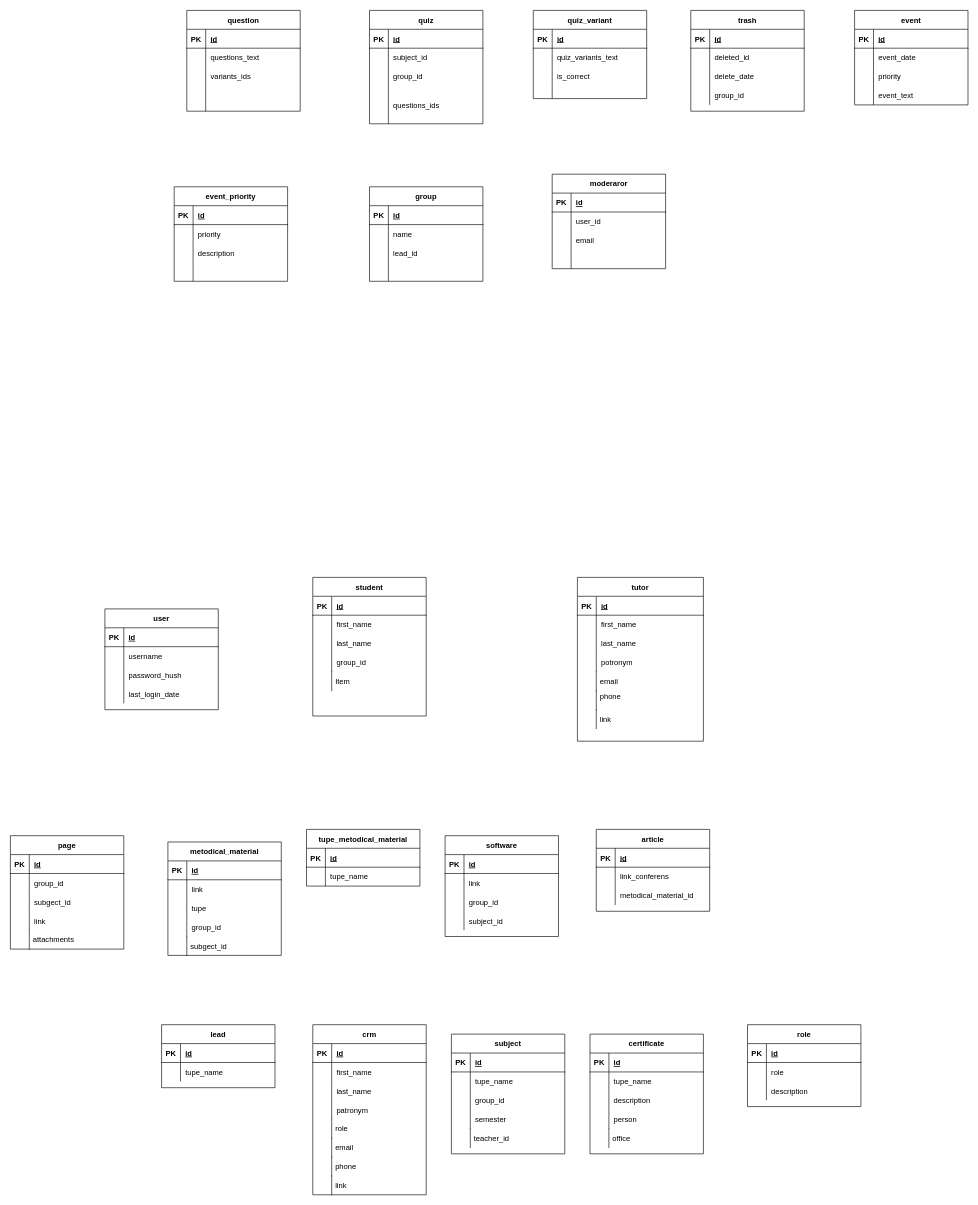
Before: Untitled Diagram.drawio in student-archive/backend, a draw.io diagram. Source tidied: cells renumbered, new cells numbered last; positions are measured from the earlier drawing's top-left corner, leaving out a move shared by most shapes. Both pictures are drawn from the tidied source at 63%, with x=0, y=0 at pixel (10, 10).
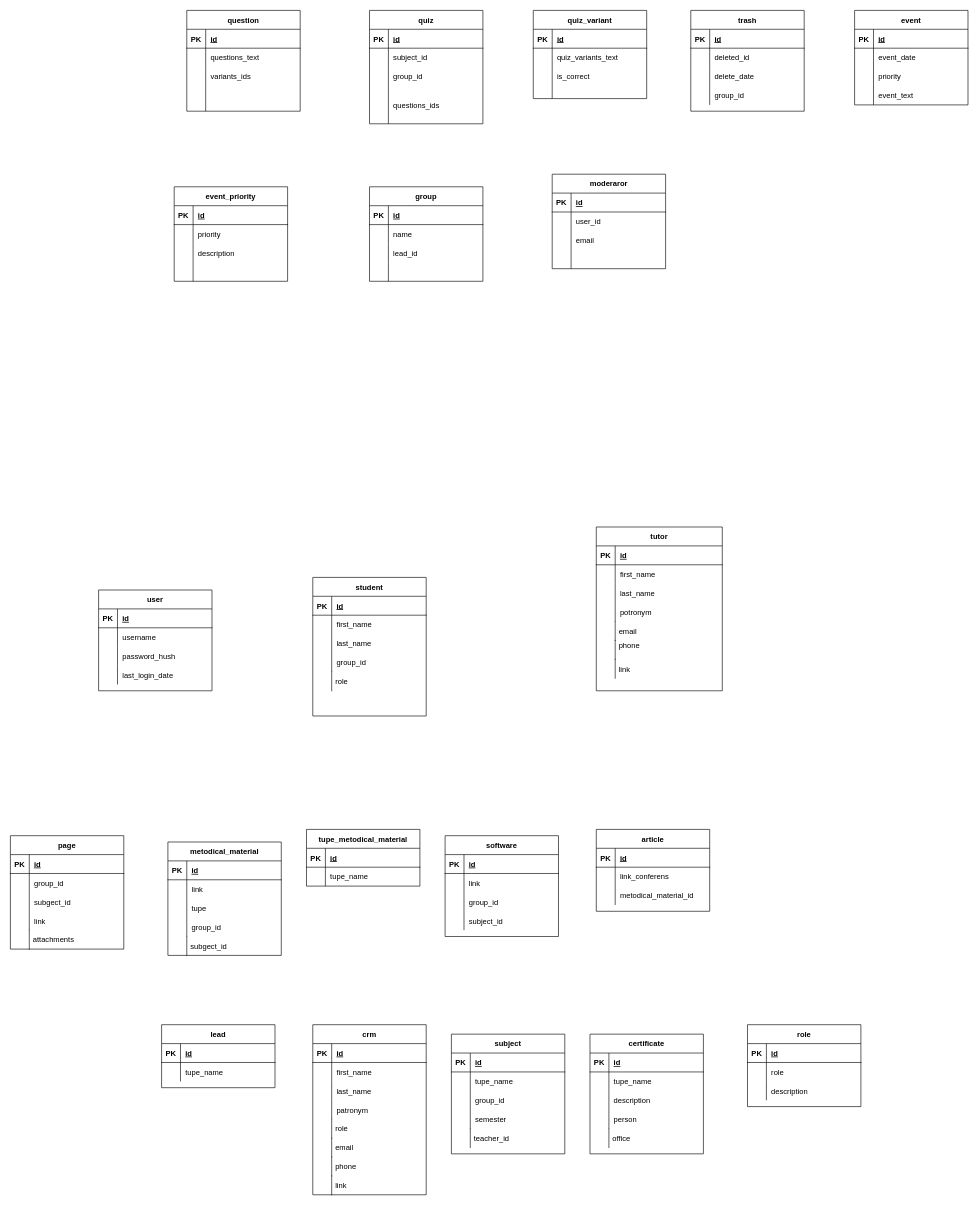
The same diagram, later.

Commit message:
fix(databases): rename fild

Unchanged cells that the change refers to:
```xml
<mxCell id="274" style="group;" parent="1" vertex="1">
  <mxGeometry x="480" y="900" width="180" height="220" as="geometry" />
</mxCell>
```

What changed in the source:
```diff
@@
     <mxCell id="110" value="user" style="shape=table;startSize=30;childLayout=tableLayout;rowLines=0;fontStyle=1;align=center;" parent="1" vertex="1">
-      <mxGeometry x="150" y="950" width="180" height="160" as="geometry" />
+      <mxGeometry x="140" y="920" width="180" height="160" as="geometry" />
     </mxCell>
@@
     <mxCell id="254" style="group;" parent="1" vertex="1">
-      <mxGeometry x="900" y="900" width="200" height="260" as="geometry" />
+      <mxGeometry x="930" y="820" width="200" height="260" as="geometry" />
     </mxCell>
@@
-    <mxCell id="288" value="Item" style="shape=partialRectangle;fillColor=none;align=left;verticalAlign=middle;strokeColor=none;spacingLeft=34;" parent="274" vertex="1">
+    <mxCell id="288" value="role" style="shape=partialRectangle;fillColor=none;align=left;verticalAlign=middle;strokeColor=none;spacingLeft=34;" parent="274" vertex="1">
       <mxGeometry y="150" width="90" height="30" as="geometry" />
     </mxCell>
```
